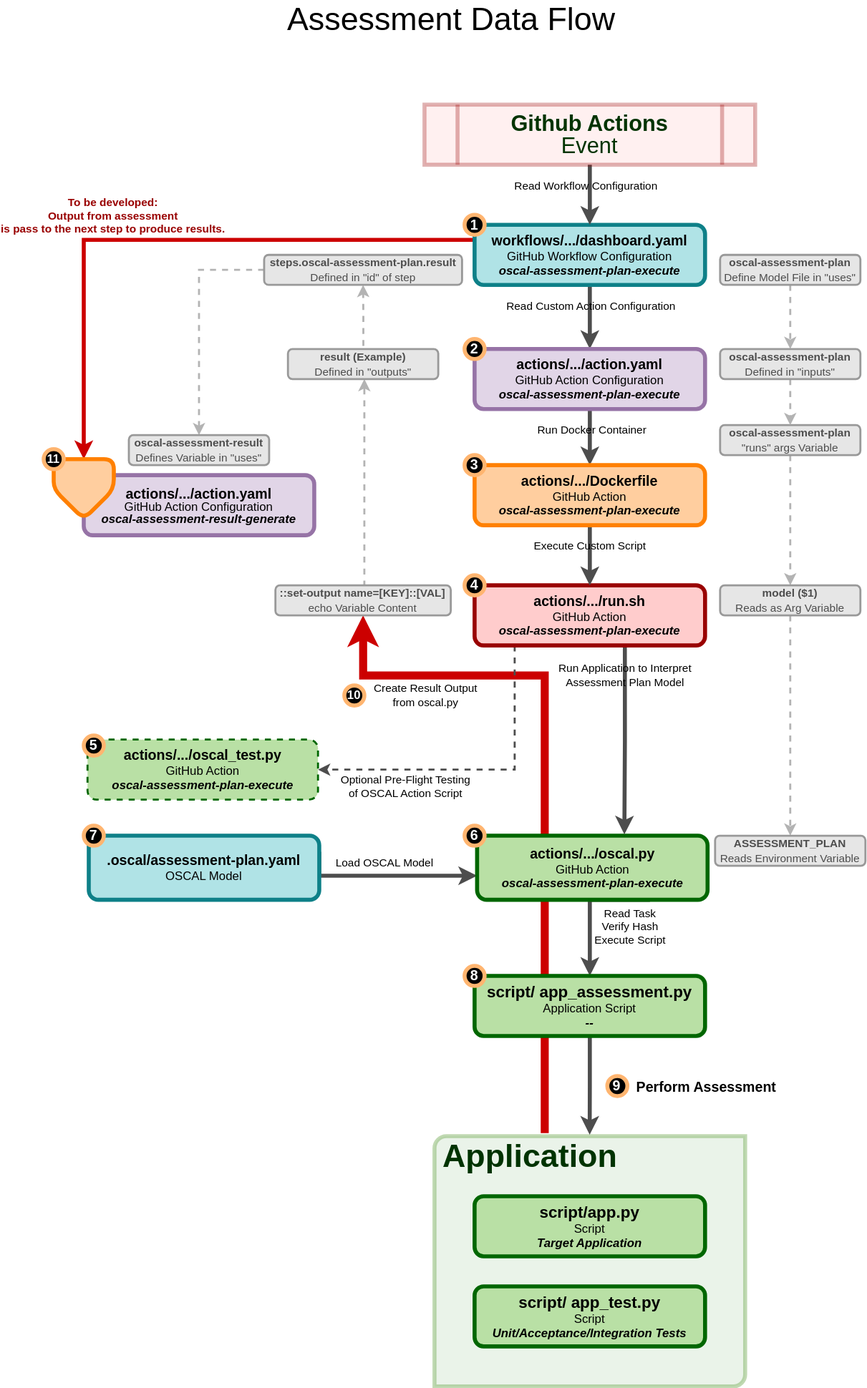
Earlier version of the draw.io export diagrams/Dataflow.drawio.svg (Compton-US/oscal-workflow). Source tidied: cells renumbered, new cells last; positions are measured from the earlier drawing's top-left corner, leaving out a move shared by most shapes.
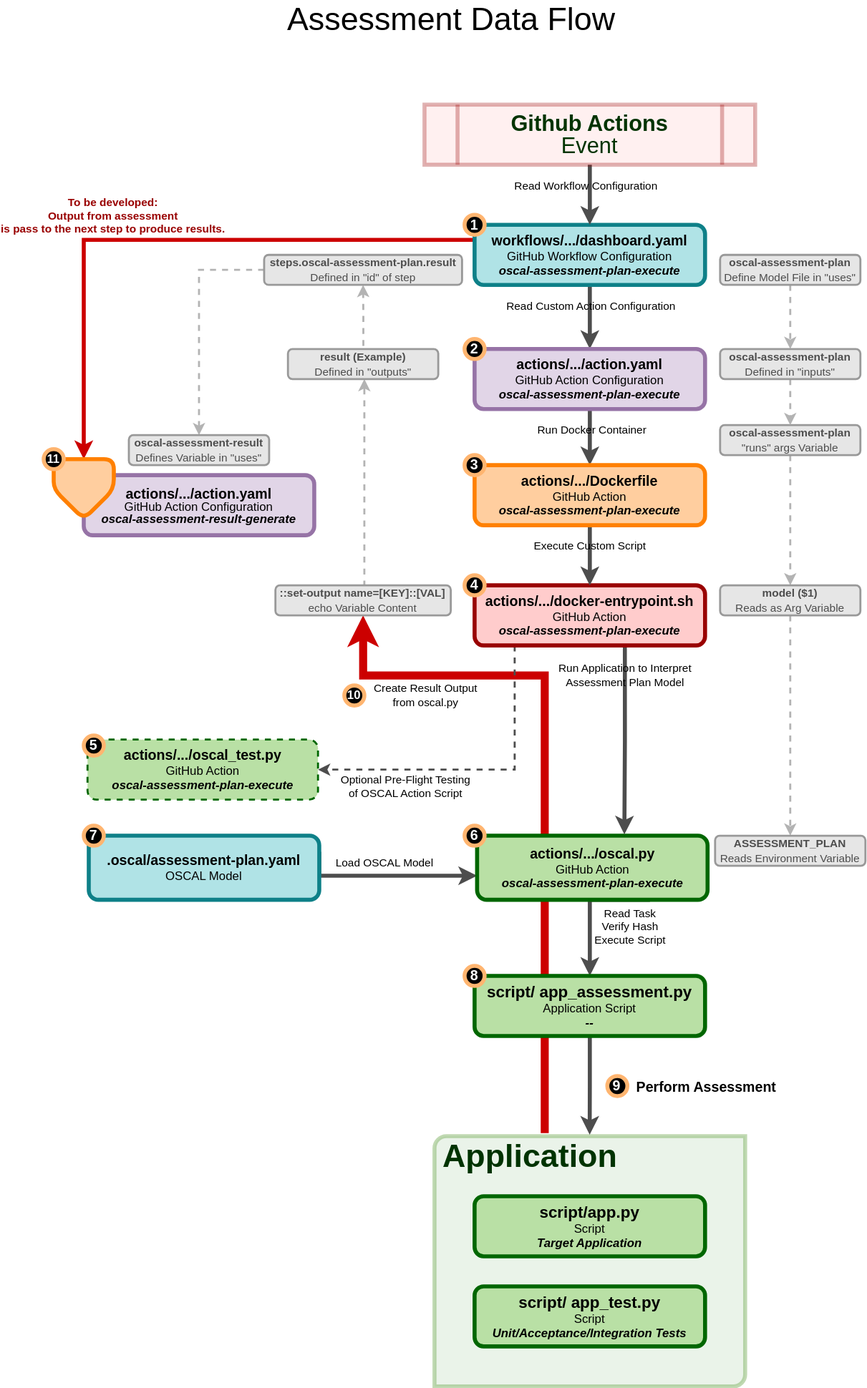
Later version of the same file.

Commit message:
Update dataflow to change run to docker-entrypoint.

Diff of the diagram source:
```diff
@@ -93,7 +93,7 @@
         <mxPoint x="-1" y="-39" as="offset" />
       </mxGeometry>
     </mxCell>
-    <mxCell id="20" value="&lt;b style=&quot;&quot;&gt;&lt;font style=&quot;font-size: 14px;&quot;&gt;actions/.../run.sh&lt;br&gt;&lt;/font&gt;&lt;/b&gt;GitHub Action&lt;br&gt;&lt;i&gt;&lt;b&gt;oscal-assessment-plan-execute&lt;/b&gt;&lt;/i&gt;" style="rounded=1;whiteSpace=wrap;html=1;fillColor=#FFCCCC;strokeColor=#990000;strokeWidth=4;fontColor=#000000;" parent="1" vertex="1">
+    <mxCell id="20" value="&lt;b&gt;&lt;font style=&quot;font-size: 14px&quot;&gt;actions/.../docker-entrypoint.sh&lt;br&gt;&lt;/font&gt;&lt;/b&gt;GitHub Action&lt;br&gt;&lt;i&gt;&lt;b&gt;oscal-assessment-plan-execute&lt;/b&gt;&lt;/i&gt;" style="rounded=1;whiteSpace=wrap;html=1;fillColor=#FFCCCC;strokeColor=#990000;strokeWidth=4;fontColor=#000000;" parent="1" vertex="1">
       <mxGeometry x="430" y="580" width="230" height="60" as="geometry" />
     </mxCell>
     <mxCell id="21" style="edgeStyle=orthogonalEdgeStyle;jettySize=auto;html=1;entryX=0.5;entryY=0;entryDx=0;entryDy=0;fontSize=22;fontColor=#003300;strokeWidth=4;strokeColor=#4D4D4D;rounded=0;" parent="1" edge="1" source="23" target="15">
```
